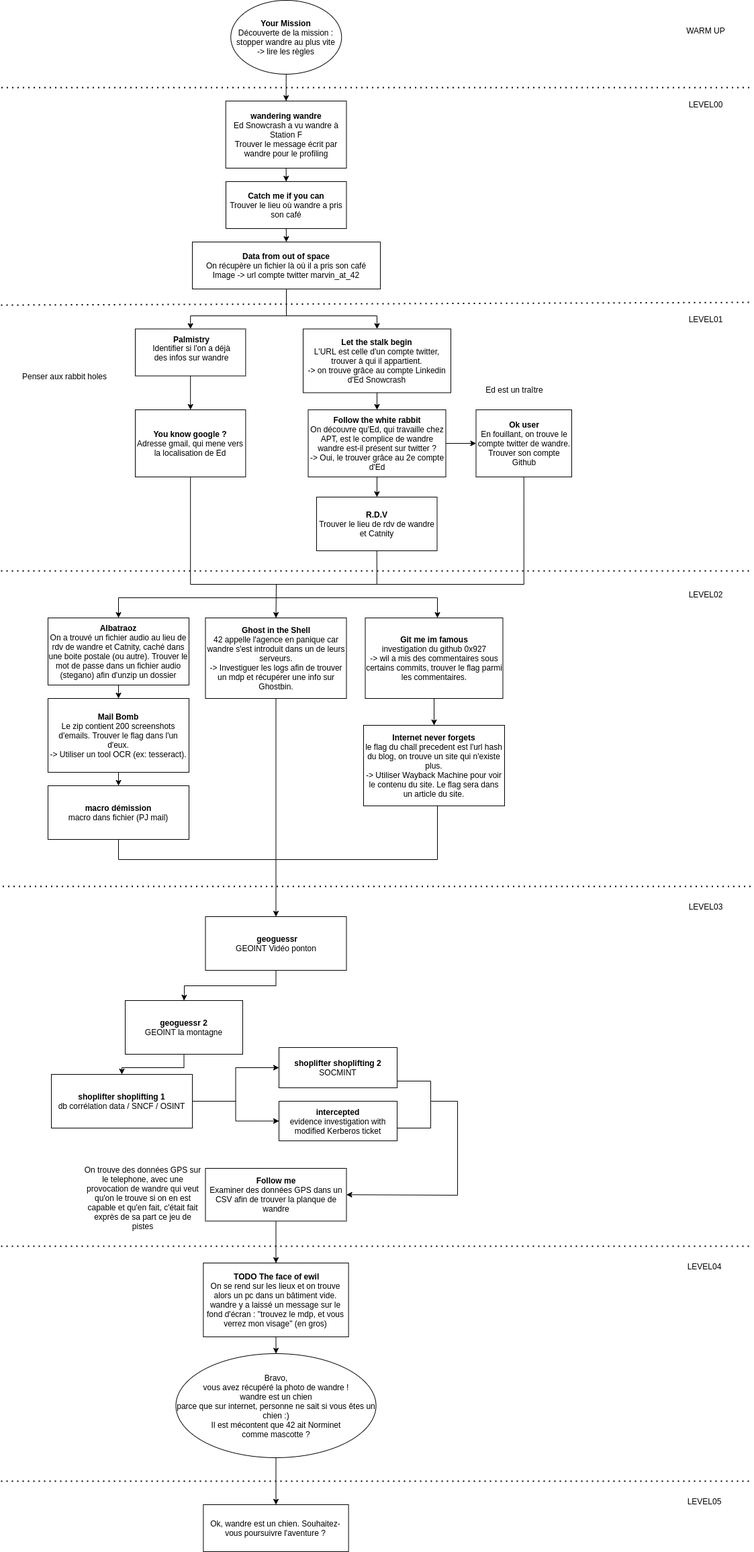
Above: resources/ctf_story.png in praclet/ctf_osint (draw.io), before the change. Source tidied: cells renumbered, new cells last; positions are measured from the earlier drawing's top-left corner, leaving out a move shared by most shapes.
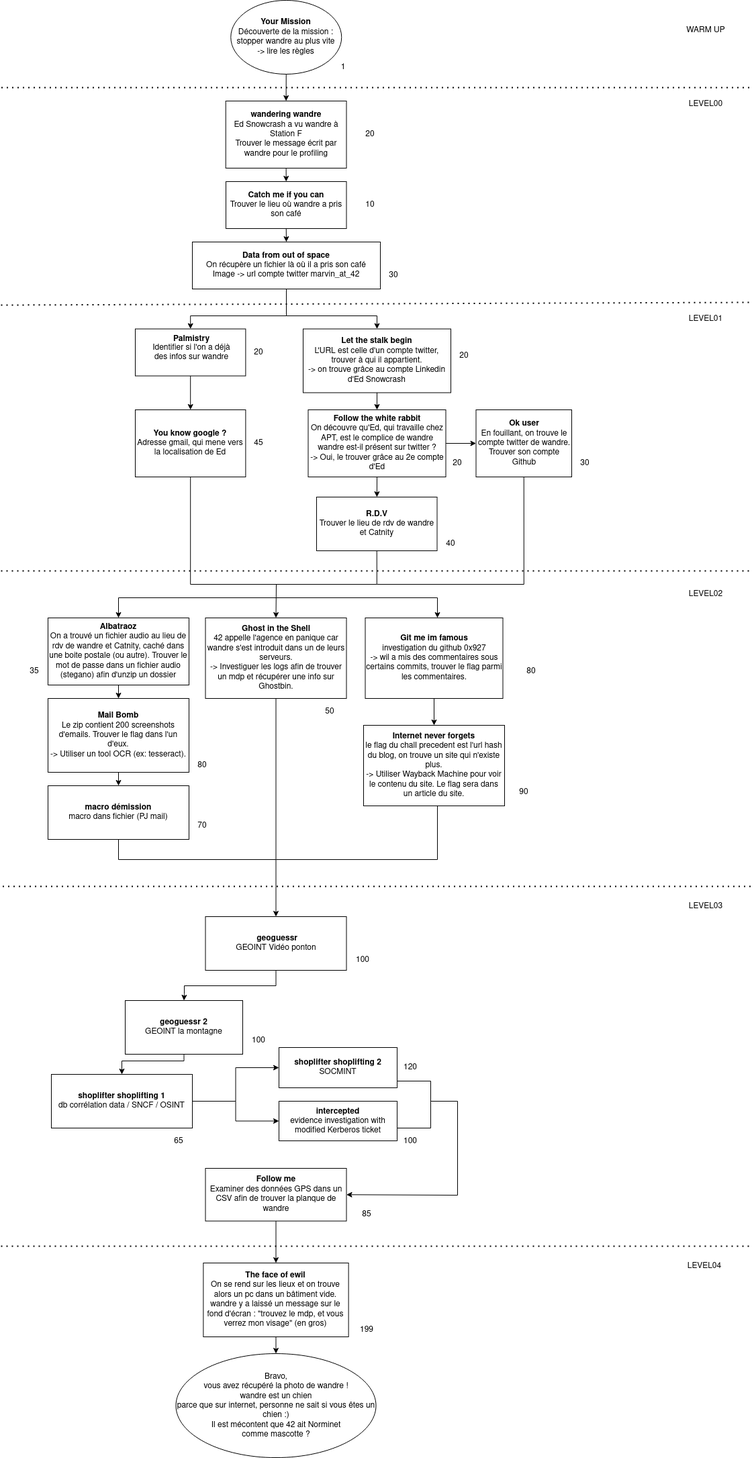
The same diagram one commit later.

Commit message:
add point to story

The edit, as a diff of the source:
```diff
@@ -38,7 +38,7 @@
     <mxCell id="13" style="endArrow=classic;html=1;exitX=0.5;exitY=1;exitDx=0;exitDy=0;entryX=0.5;entryY=0;entryDx=0;entryDy=0;rounded=0;edgeStyle=orthogonalEdgeStyle;" parent="1" edge="1" source="10" target="12">
       <mxGeometry relative="1" as="geometry" />
     </mxCell>
-    <mxCell id="14" value="&lt;b&gt;&amp;nbsp;TODO The face of ewil&lt;/b&gt;&lt;br&gt;On se rend sur les lieux et on trouve alors un pc dans un bâtiment vide. wandre y a laissé un message sur le fond d'écran : &quot;trouvez le mdp, et vous verrez mon visage&quot; (en gros)" style="rounded=0;whiteSpace=wrap;html=1;" parent="1" vertex="1">
+    <mxCell id="14" value="&lt;b&gt;The face of ewil&lt;/b&gt;&lt;br&gt;On se rend sur les lieux et on trouve alors un pc dans un bâtiment vide. wandre y a laissé un message sur le fond d'écran : &quot;trouvez le mdp, et vous verrez mon visage&quot; (en gros)" style="rounded=0;whiteSpace=wrap;html=1;" parent="1" vertex="1">
       <mxGeometry x="301.4" y="1881" width="216.2" height="110" as="geometry" />
     </mxCell>
     <mxCell id="15" style="endArrow=none;dashed=1;html=1;dashPattern=1 3;strokeWidth=2;" parent="1" edge="1">
@@ -77,9 +77,6 @@
     <mxCell id="24" value="&lt;b&gt;Internet never forgets&lt;br&gt;&lt;/b&gt;le flag du chall precedent est l'url hash du blog, on trouve un site qui n'existe plus.&lt;br&gt;-&amp;gt; Utiliser Wayback Machine pour voir le contenu du site. Le flag sera dans un article du site." style="rounded=0;whiteSpace=wrap;html=1;" parent="1" vertex="1">
       <mxGeometry x="540" y="1080" width="210" height="120" as="geometry" />
     </mxCell>
-    <mxCell id="25" value="Penser aux rabbit holes" style="text;html=1;strokeColor=none;fillColor=none;align=center;verticalAlign=middle;whiteSpace=wrap;rounded=0;" parent="1" vertex="1">
-      <mxGeometry x="20" y="550" width="150" height="20" as="geometry" />
-    </mxCell>
     <mxCell id="26" value="&lt;b&gt;You know google ?&lt;br&gt;&lt;/b&gt;Adresse gmail, qui mene vers la localisation de Ed" style="rounded=0;whiteSpace=wrap;html=1;" parent="1" vertex="1">
       <mxGeometry x="200" y="610" width="164.4" height="100" as="geometry" />
     </mxCell>
@@ -153,9 +150,6 @@
     <mxCell id="41" value="&lt;b&gt;Follow me&lt;br&gt;&lt;/b&gt;Examiner des données GPS dans un CSV afin de trouver la planque de wandre" style="rounded=0;whiteSpace=wrap;html=1;" parent="1" vertex="1">
       <mxGeometry x="304.5" y="1740" width="210" height="78.5" as="geometry" />
     </mxCell>
-    <mxCell id="42" value="Ed est un traître" style="text;html=1;strokeColor=none;fillColor=none;align=center;verticalAlign=middle;whiteSpace=wrap;rounded=0;" parent="1" vertex="1">
-      <mxGeometry x="690" y="570" width="150" height="20" as="geometry" />
-    </mxCell>
     <mxCell id="43" value="&lt;b&gt;R.D.V&lt;br&gt;&lt;/b&gt;Trouver le lieu de rdv de wandre et Catnity" style="rounded=0;whiteSpace=wrap;html=1;" parent="1" vertex="1">
       <mxGeometry x="470" y="740" width="179.5" height="80" as="geometry" />
     </mxCell>
@@ -223,30 +217,12 @@
         </Array>
       </mxGeometry>
     </mxCell>
-    <mxCell id="58" value="On trouve des données GPS sur le telephone, avec une provocation de wandre qui veut qu'on le trouve si on en est capable et qu'en fait, c'était fait exprès de sa part ce jeu de pistes" style="text;html=1;strokeColor=none;fillColor=none;align=center;verticalAlign=middle;whiteSpace=wrap;rounded=0;" parent="1" vertex="1">
-      <mxGeometry x="122.2" y="1731" width="179.1" height="105" as="geometry" />
-    </mxCell>
     <mxCell id="59" style="endArrow=classic;html=1;exitX=0.5;exitY=1;exitDx=0;exitDy=0;" parent="1" edge="1" source="41" target="14">
       <mxGeometry relative="1" as="geometry" />
     </mxCell>
     <mxCell id="60" style="endArrow=classic;html=1;exitX=0.5;exitY=1;exitDx=0;exitDy=0;entryX=0.5;entryY=0;entryDx=0;entryDy=0;" parent="1" edge="1" source="14" target="3">
       <mxGeometry relative="1" as="geometry" />
     </mxCell>
-    <mxCell id="61" style="endArrow=none;dashed=1;html=1;dashPattern=1 3;strokeWidth=2;" parent="1" edge="1">
-      <mxGeometry relative="1" as="geometry">
-        <mxPoint y="2206" as="sourcePoint" />
-        <mxPoint x="1117.5" y="2206" as="targetPoint" />
-      </mxGeometry>
-    </mxCell>
-    <mxCell id="62" value="LEVEL05" style="text;html=1;strokeColor=none;fillColor=none;align=center;verticalAlign=middle;whiteSpace=wrap;rounded=0;" parent="1" vertex="1">
-      <mxGeometry x="1007.5" y="2231" width="80" height="10" as="geometry" />
-    </mxCell>
-    <mxCell id="63" value="Ok, wandre est un chien. Souhaitez-vous poursuivre l'aventure ?" style="rounded=0;whiteSpace=wrap;html=1;" parent="1" vertex="1">
-      <mxGeometry x="301.4" y="2241" width="216.2" height="70" as="geometry" />
-    </mxCell>
-    <mxCell id="64" style="endArrow=classic;html=1;exitX=0.5;exitY=1;exitDx=0;exitDy=0;entryX=0.5;entryY=0;entryDx=0;entryDy=0;" parent="1" edge="1" source="3" target="63">
-      <mxGeometry relative="1" as="geometry" />
-    </mxCell>
     <mxCell id="65" value="&lt;b&gt;macro démission&lt;br&gt;&lt;/b&gt;macro dans fichier (PJ mail)" style="rounded=0;whiteSpace=wrap;html=1;" parent="1" vertex="1">
       <mxGeometry x="70" y="1170" width="210" height="80" as="geometry" />
     </mxCell>
@@ -254,7 +230,12 @@
       <mxGeometry relative="1" as="geometry" />
     </mxCell>
     <mxCell id="67" style="edgeStyle=orthogonalEdgeStyle;rounded=0;jettySize=auto;html=1;exitX=0.5;exitY=1;exitDx=0;exitDy=0;entryX=0.5;entryY=0;entryDx=0;entryDy=0;" parent="1" edge="1" source="68" target="51">
-      <mxGeometry relative="1" as="geometry" />
+      <mxGeometry relative="1" as="geometry">
+        <Array as="points">
+          <mxPoint x="273" y="1580" />
+          <mxPoint x="180" y="1580" />
+        </Array>
+      </mxGeometry>
     </mxCell>
     <mxCell id="68" value="&lt;b&gt;geoguessr 2&lt;/b&gt;&lt;br&gt;GEOINT la montagne" style="rounded=0;whiteSpace=wrap;html=1;" parent="1" vertex="1">
       <mxGeometry x="185" y="1490" width="175" height="80" as="geometry" />
@@ -303,5 +284,74 @@
         <mxPoint x="680" y="1780" as="sourcePoint" />
       </mxGeometry>
     </mxCell>
+    <mxCell id="78" value="20" style="text;html=1;strokeColor=none;fillColor=none;align=center;verticalAlign=middle;whiteSpace=wrap;rounded=0;" parent="1" vertex="1">
+      <mxGeometry x="530" y="190" width="40" height="20" as="geometry" />
+    </mxCell>
+    <mxCell id="79" value="10" style="text;html=1;strokeColor=none;fillColor=none;align=center;verticalAlign=middle;whiteSpace=wrap;rounded=0;" parent="1" vertex="1">
+      <mxGeometry x="530" y="295" width="40" height="20" as="geometry" />
+    </mxCell>
+    <mxCell id="80" value="30" style="text;html=1;strokeColor=none;fillColor=none;align=center;verticalAlign=middle;whiteSpace=wrap;rounded=0;" parent="1" vertex="1">
+      <mxGeometry x="565" y="400" width="40" height="20" as="geometry" />
+    </mxCell>
+    <mxCell id="81" value="20" style="text;html=1;strokeColor=none;fillColor=none;align=center;verticalAlign=middle;whiteSpace=wrap;rounded=0;" parent="1" vertex="1">
+      <mxGeometry x="364.4" y="514.5" width="40" height="20" as="geometry" />
+    </mxCell>
+    <mxCell id="82" value="20" style="text;html=1;strokeColor=none;fillColor=none;align=center;verticalAlign=middle;whiteSpace=wrap;rounded=0;" parent="1" vertex="1">
+      <mxGeometry x="670" y="519.5" width="40" height="20" as="geometry" />
+    </mxCell>
+    <mxCell id="83" value="45" style="text;html=1;strokeColor=none;fillColor=none;align=center;verticalAlign=middle;whiteSpace=wrap;rounded=0;" parent="1" vertex="1">
+      <mxGeometry x="364.4" y="650" width="40" height="20" as="geometry" />
+    </mxCell>
+    <mxCell id="84" value="20" style="text;html=1;strokeColor=none;fillColor=none;align=center;verticalAlign=middle;whiteSpace=wrap;rounded=0;" parent="1" vertex="1">
+      <mxGeometry x="660" y="680" width="40" height="20" as="geometry" />
+    </mxCell>
+    <mxCell id="85" value="40" style="text;html=1;strokeColor=none;fillColor=none;align=center;verticalAlign=middle;whiteSpace=wrap;rounded=0;" parent="1" vertex="1">
+      <mxGeometry x="649.5" y="800" width="40" height="20" as="geometry" />
+    </mxCell>
+    <mxCell id="86" value="30" style="text;html=1;strokeColor=none;fillColor=none;align=center;verticalAlign=middle;whiteSpace=wrap;rounded=0;" parent="1" vertex="1">
+      <mxGeometry x="850" y="680" width="40" height="20" as="geometry" />
+    </mxCell>
+    <mxCell id="87" value="35" style="text;html=1;strokeColor=none;fillColor=none;align=center;verticalAlign=middle;whiteSpace=wrap;rounded=0;" parent="1" vertex="1">
+      <mxGeometry x="30" y="990" width="40" height="20" as="geometry" />
+    </mxCell>
+    <mxCell id="88" value="80" style="text;html=1;strokeColor=none;fillColor=none;align=center;verticalAlign=middle;whiteSpace=wrap;rounded=0;" parent="1" vertex="1">
+      <mxGeometry x="280" y="1130" width="40" height="20" as="geometry" />
+    </mxCell>
+    <mxCell id="89" value="70" style="text;html=1;strokeColor=none;fillColor=none;align=center;verticalAlign=middle;whiteSpace=wrap;rounded=0;" parent="1" vertex="1">
+      <mxGeometry x="280" y="1220" width="40" height="20" as="geometry" />
+    </mxCell>
+    <mxCell id="90" value="80" style="text;html=1;strokeColor=none;fillColor=none;align=center;verticalAlign=middle;whiteSpace=wrap;rounded=0;" parent="1" vertex="1">
+      <mxGeometry x="770" y="990" width="40" height="20" as="geometry" />
+    </mxCell>
+    <mxCell id="91" value="50" style="text;html=1;strokeColor=none;fillColor=none;align=center;verticalAlign=middle;whiteSpace=wrap;rounded=0;" parent="1" vertex="1">
+      <mxGeometry x="470" y="1050" width="40" height="20" as="geometry" />
+    </mxCell>
+    <mxCell id="92" value="90" style="text;html=1;strokeColor=none;fillColor=none;align=center;verticalAlign=middle;whiteSpace=wrap;rounded=0;" parent="1" vertex="1">
+      <mxGeometry x="758.8" y="1170" width="40" height="20" as="geometry" />
+    </mxCell>
+    <mxCell id="93" value="100" style="text;html=1;strokeColor=none;fillColor=none;align=center;verticalAlign=middle;whiteSpace=wrap;rounded=0;" parent="1" vertex="1">
+      <mxGeometry x="518.5" y="1420" width="40" height="20" as="geometry" />
+    </mxCell>
+    <mxCell id="94" value="100" style="text;html=1;strokeColor=none;fillColor=none;align=center;verticalAlign=middle;whiteSpace=wrap;rounded=0;" parent="1" vertex="1">
+      <mxGeometry x="364.4" y="1540" width="40" height="20" as="geometry" />
+    </mxCell>
+    <mxCell id="95" value="85" style="text;html=1;strokeColor=none;fillColor=none;align=center;verticalAlign=middle;whiteSpace=wrap;rounded=0;" parent="1" vertex="1">
+      <mxGeometry x="525" y="1798.5" width="40" height="20" as="geometry" />
+    </mxCell>
+    <mxCell id="96" value="65" style="text;html=1;strokeColor=none;fillColor=none;align=center;verticalAlign=middle;whiteSpace=wrap;rounded=0;" parent="1" vertex="1">
+      <mxGeometry x="245" y="1690" width="40" height="20" as="geometry" />
+    </mxCell>
+    <mxCell id="97" value="120" style="text;html=1;strokeColor=none;fillColor=none;align=center;verticalAlign=middle;whiteSpace=wrap;rounded=0;" parent="1" vertex="1">
+      <mxGeometry x="590" y="1580" width="40" height="20" as="geometry" />
+    </mxCell>
+    <mxCell id="98" value="100" style="text;html=1;strokeColor=none;fillColor=none;align=center;verticalAlign=middle;whiteSpace=wrap;rounded=0;" parent="1" vertex="1">
+      <mxGeometry x="590" y="1690" width="40" height="20" as="geometry" />
+    </mxCell>
+    <mxCell id="99" value="199" style="text;html=1;strokeColor=none;fillColor=none;align=center;verticalAlign=middle;whiteSpace=wrap;rounded=0;" parent="1" vertex="1">
+      <mxGeometry x="525" y="1971" width="40" height="20" as="geometry" />
+    </mxCell>
+    <mxCell id="100" value="1" style="text;html=1;strokeColor=none;fillColor=none;align=center;verticalAlign=middle;whiteSpace=wrap;rounded=0;" parent="1" vertex="1">
+      <mxGeometry x="490" y="90" width="40" height="20" as="geometry" />
+    </mxCell>
   </root>
 </mxGraphModel>
```
